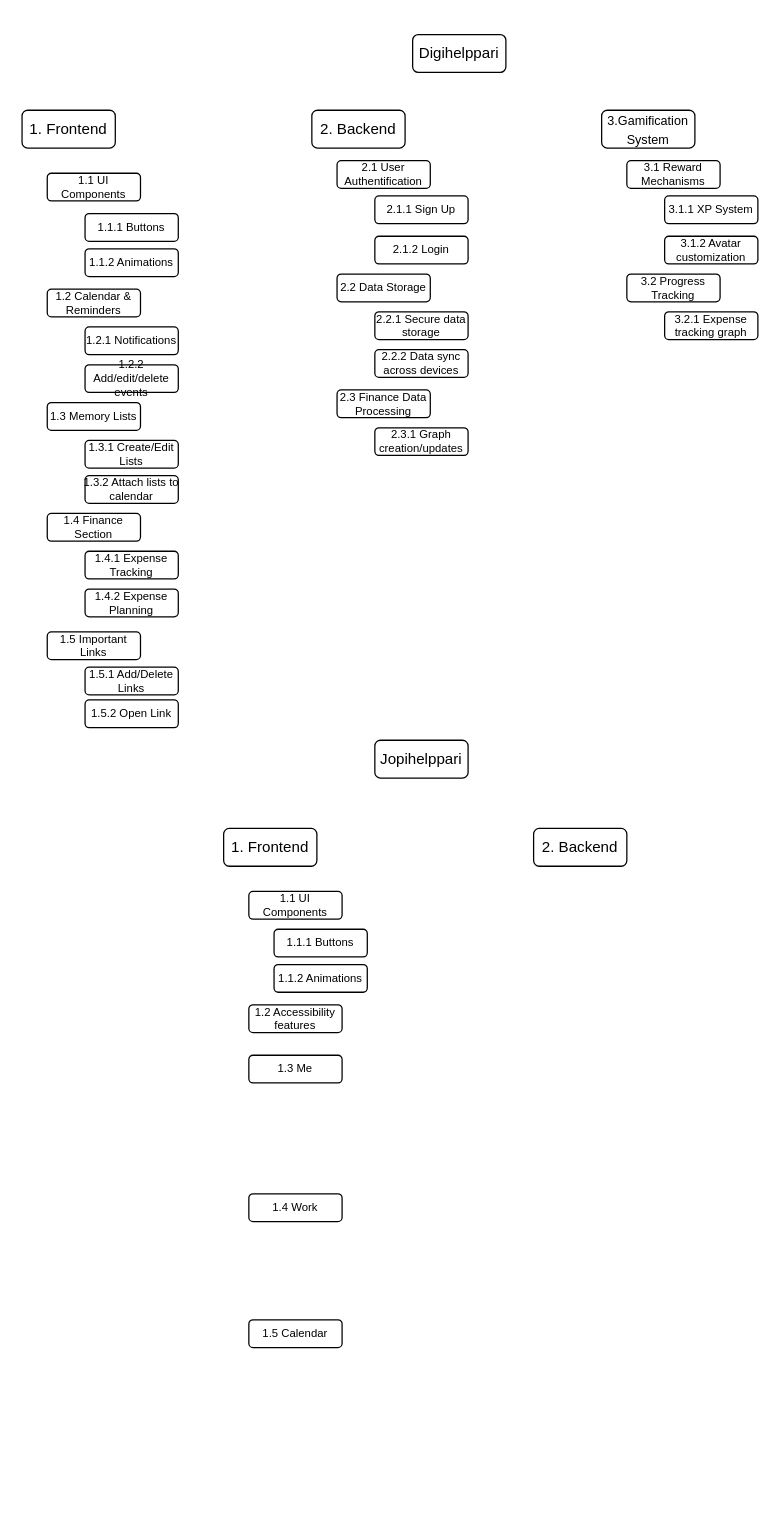
Above: PBS.drawio in HenryVag/draw.io (draw.io), before the change. Source tidied: cells renumbered, new cells numbered last; positions are measured from the earlier drawing's top-left corner, leaving out a move shared by most shapes. Both pictures are drawn from the tidied source at 126%, with x=0, y=0 at pixel (21, 34).
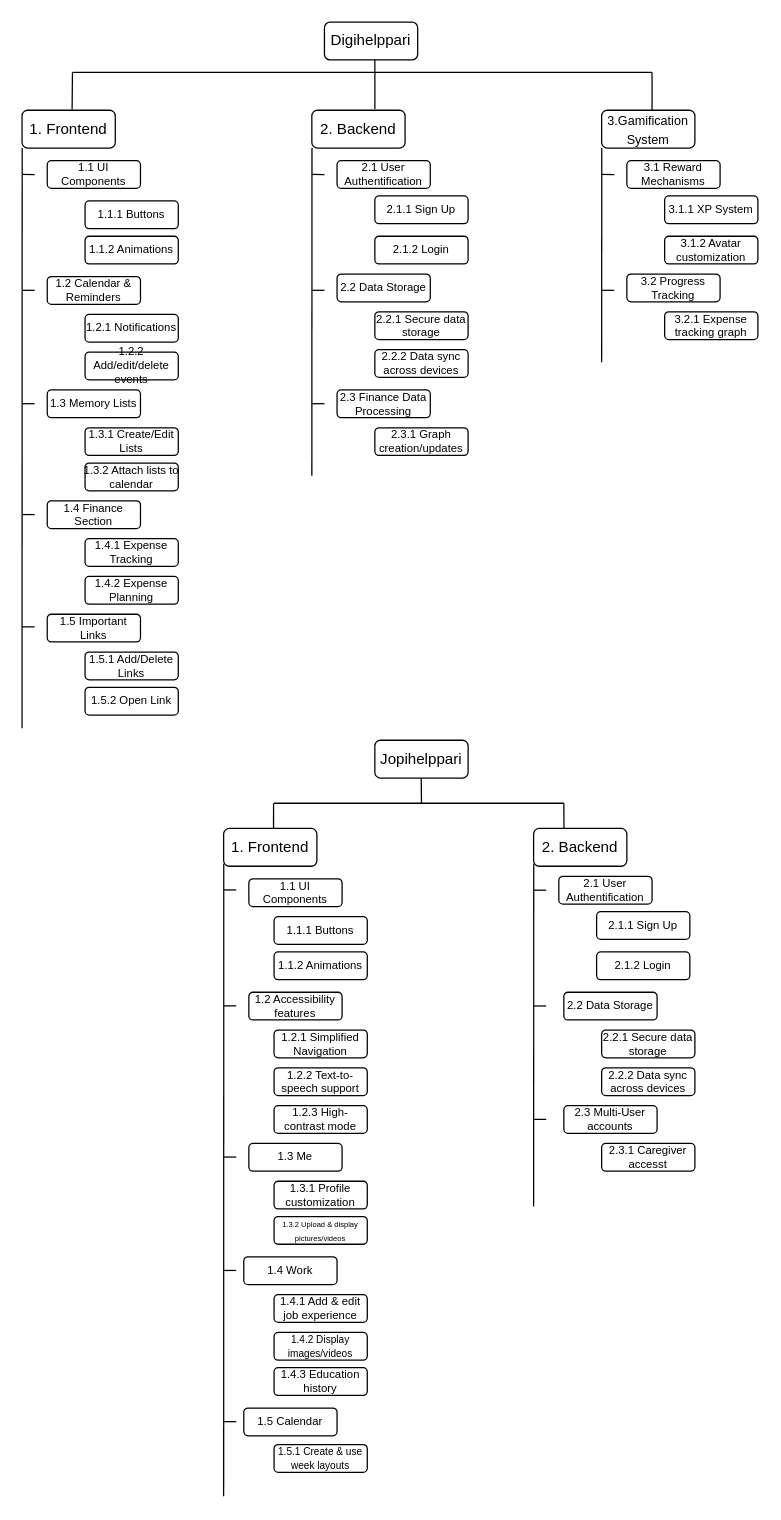
Above is the later version.

Unchanged cells that the change refers to:
```xml
<mxCell id="3" value="1. Frontend" style="rounded=1;whiteSpace=wrap;html=1;" parent="1" vertex="1">
  <mxGeometry y="60" width="74" height="30" as="geometry" />
</mxCell>
<mxCell id="4" value="2. Backend" style="rounded=1;whiteSpace=wrap;html=1;" parent="1" vertex="1">
  <mxGeometry x="230" y="60" width="74" height="30" as="geometry" />
</mxCell>
<mxCell id="35" value="1. Frontend" style="rounded=1;whiteSpace=wrap;html=1;" parent="1" vertex="1">
  <mxGeometry x="160" y="630" width="74" height="30" as="geometry" />
</mxCell>
```

Diff of the diagram source:
```diff
@@
     <mxCell id="2" value="Digihelppari" style="rounded=1;whiteSpace=wrap;html=1;" parent="1" vertex="1">
-      <mxGeometry x="310" width="74" height="30" as="geometry" />
+      <mxGeometry x="240" y="-10" width="74" height="30" as="geometry" />
     </mxCell>
@@
     <mxCell id="6" value="&lt;font&gt;1.1 UI Components&lt;/font&gt;" style="rounded=1;whiteSpace=wrap;html=1;fontSize=9;" parent="1" vertex="1">
-      <mxGeometry x="20" y="110" width="74" height="22" as="geometry" />
+      <mxGeometry x="20" y="100" width="74" height="22" as="geometry" />
     </mxCell>
     <mxCell id="7" value="&lt;font&gt;1.1.1 Buttons&lt;/font&gt;" style="rounded=1;whiteSpace=wrap;html=1;spacing=0;fontSize=9;" parent="1" vertex="1">
-      <mxGeometry x="50" y="142" width="74" height="22" as="geometry" />
+      <mxGeometry x="50" y="132" width="74" height="22" as="geometry" />
     </mxCell>
     <mxCell id="8" value="&lt;font&gt;1.1.2 Animations&lt;/font&gt;" style="rounded=1;whiteSpace=wrap;html=1;strokeWidth=1;spacing=0;fontSize=9;" parent="1" vertex="1">
-      <mxGeometry x="50" y="170" width="74" height="22" as="geometry" />
+      <mxGeometry x="50" y="160" width="74" height="22" as="geometry" />
     </mxCell>
     <mxCell id="9" value="&lt;font&gt;1.2 Calendar &amp;amp; Reminders&lt;font&gt;&lt;br&gt;&lt;/font&gt;&lt;/font&gt;" style="rounded=1;whiteSpace=wrap;html=1;spacing=0;fontSize=9;" parent="1" vertex="1">
-      <mxGeometry x="20" y="202" width="74" height="22" as="geometry" />
+      <mxGeometry x="20" y="192" width="74" height="22" as="geometry" />
     </mxCell>
     <mxCell id="10" value="&lt;font&gt;1.3 Memory Lists&lt;/font&gt;" style="rounded=1;whiteSpace=wrap;html=1;spacing=0;fontSize=9;" parent="1" vertex="1">
-      <mxGeometry x="20" y="292" width="74" height="22" as="geometry" />
+      <mxGeometry x="20" y="282" width="74" height="22" as="geometry" />
     </mxCell>
     <mxCell id="11" value="&lt;font&gt;1.4 Finance Section&lt;/font&gt;" style="rounded=1;whiteSpace=wrap;html=1;spacing=0;fontSize=9;" parent="1" vertex="1">
-      <mxGeometry x="20" y="380" width="74" height="22" as="geometry" />
+      <mxGeometry x="20" y="370" width="74" height="22" as="geometry" />
     </mxCell>
     <mxCell id="12" value="&lt;font&gt;1.5 Important Links&lt;/font&gt;" style="rounded=1;whiteSpace=wrap;html=1;spacing=0;fontSize=9;" parent="1" vertex="1">
-      <mxGeometry x="20" y="474" width="74" height="22" as="geometry" />
+      <mxGeometry x="20" y="460" width="74" height="22" as="geometry" />
     </mxCell>
@@
     <mxCell id="18" value="1.2.1 Notifications" style="rounded=1;whiteSpace=wrap;html=1;spacing=0;fontSize=9;" parent="1" vertex="1">
-      <mxGeometry x="50" y="232" width="74" height="22" as="geometry" />
+      <mxGeometry x="50" y="222" width="74" height="22" as="geometry" />
     </mxCell>
     <mxCell id="19" value="1.2.2 Add/edit/delete events" style="rounded=1;whiteSpace=wrap;html=1;spacing=0;fontSize=9;" parent="1" vertex="1">
-      <mxGeometry x="50" y="262" width="74" height="22" as="geometry" />
+      <mxGeometry x="50" y="252" width="74" height="22" as="geometry" />
     </mxCell>
     <mxCell id="20" value="1.3.1 Create/Edit Lists" style="rounded=1;whiteSpace=wrap;html=1;spacing=0;fontSize=9;" parent="1" vertex="1">
-      <mxGeometry x="50" y="322" width="74" height="22" as="geometry" />
+      <mxGeometry x="50" y="312" width="74" height="22" as="geometry" />
     </mxCell>
     <mxCell id="21" value="1.3.2 Attach lists to calendar" style="rounded=1;whiteSpace=wrap;html=1;spacing=0;fontSize=9;" parent="1" vertex="1">
-      <mxGeometry x="50" y="350" width="74" height="22" as="geometry" />
+      <mxGeometry x="50" y="340" width="74" height="22" as="geometry" />
     </mxCell>
     <mxCell id="22" value="1.4.1 Expense Tracking" style="rounded=1;whiteSpace=wrap;html=1;spacing=0;fontSize=9;" parent="1" vertex="1">
-      <mxGeometry x="50" y="410" width="74" height="22" as="geometry" />
+      <mxGeometry x="50" y="400" width="74" height="22" as="geometry" />
     </mxCell>
     <mxCell id="23" value="1.4.2 Expense Planning" style="rounded=1;whiteSpace=wrap;html=1;spacing=0;fontSize=9;" parent="1" vertex="1">
-      <mxGeometry x="50" y="440" width="74" height="22" as="geometry" />
+      <mxGeometry x="50" y="430" width="74" height="22" as="geometry" />
     </mxCell>
     <mxCell id="24" value="1.5.1 Add/Delete Links" style="rounded=1;whiteSpace=wrap;html=1;spacing=0;fontSize=9;" parent="1" vertex="1">
-      <mxGeometry x="50" y="502" width="74" height="22" as="geometry" />
+      <mxGeometry x="50" y="490" width="74" height="22" as="geometry" />
     </mxCell>
     <mxCell id="25" value="1.5.2 Open Link" style="rounded=1;whiteSpace=wrap;html=1;spacing=0;fontSize=9;" parent="1" vertex="1">
-      <mxGeometry x="50" y="528" width="74" height="22" as="geometry" />
+      <mxGeometry x="50" y="518" width="74" height="22" as="geometry" />
     </mxCell>
@@
     <mxCell id="37" value="&lt;font&gt;1.1 UI Components&lt;/font&gt;" style="rounded=1;whiteSpace=wrap;html=1;fontSize=9;" parent="1" vertex="1">
-      <mxGeometry x="180" y="680" width="74" height="22" as="geometry" />
+      <mxGeometry x="180" y="670" width="74" height="22" as="geometry" />
     </mxCell>
     <mxCell id="38" value="&lt;font&gt;1.2 Accessibility features&lt;br&gt;&lt;/font&gt;" style="rounded=1;whiteSpace=wrap;html=1;fontSize=9;" parent="1" vertex="1">
-      <mxGeometry x="180" y="770" width="74" height="22" as="geometry" />
+      <mxGeometry x="180" y="760" width="74" height="22" as="geometry" />
     </mxCell>
     <mxCell id="39" value="&lt;font&gt;1.1.1 Buttons&lt;/font&gt;" style="rounded=1;whiteSpace=wrap;html=1;spacing=0;fontSize=9;" parent="1" vertex="1">
-      <mxGeometry x="200" y="710" width="74" height="22" as="geometry" />
+      <mxGeometry x="200" y="700" width="74" height="22" as="geometry" />
     </mxCell>
     <mxCell id="40" value="&lt;font&gt;1.1.2 Animations&lt;/font&gt;" style="rounded=1;whiteSpace=wrap;html=1;strokeWidth=1;spacing=0;fontSize=9;" parent="1" vertex="1">
-      <mxGeometry x="200" y="738" width="74" height="22" as="geometry" />
+      <mxGeometry x="200" y="728" width="74" height="22" as="geometry" />
     </mxCell>
     <mxCell id="41" value="1.3 Me" style="rounded=1;whiteSpace=wrap;html=1;fontSize=9;" parent="1" vertex="1">
-      <mxGeometry x="180" y="810" width="74" height="22" as="geometry" />
+      <mxGeometry x="180" y="880" width="74" height="22" as="geometry" />
     </mxCell>
     <mxCell id="42" value="1.4 Work" style="rounded=1;whiteSpace=wrap;html=1;fontSize=9;" parent="1" vertex="1">
-      <mxGeometry x="180" y="920" width="74" height="22" as="geometry" />
+      <mxGeometry x="176" y="970" width="74" height="22" as="geometry" />
     </mxCell>
     <mxCell id="43" value="1.5 Calendar" style="rounded=1;whiteSpace=wrap;html=1;fontSize=9;" parent="1" vertex="1">
-      <mxGeometry x="180" y="1020" width="74" height="22" as="geometry" />
+      <mxGeometry x="176" y="1090" width="74" height="22" as="geometry" />
     </mxCell>
+    <mxCell id="44" value="1.2.1 Simplified Navigation" style="rounded=1;whiteSpace=wrap;html=1;fontSize=9;" parent="1" vertex="1">
+      <mxGeometry x="200" y="790" width="74" height="22" as="geometry" />
+    </mxCell>
+    <mxCell id="45" value="1.2.2 Text-to-speech support" style="rounded=1;whiteSpace=wrap;html=1;fontSize=9;" parent="1" vertex="1">
+      <mxGeometry x="200" y="820" width="74" height="22" as="geometry" />
+    </mxCell>
+    <mxCell id="46" value="1.2.3 High-contrast mode" style="rounded=1;whiteSpace=wrap;html=1;fontSize=9;" parent="1" vertex="1">
+      <mxGeometry x="200" y="850" width="74" height="22" as="geometry" />
+    </mxCell>
+    <mxCell id="47" value="1.3.1 Profile customization" style="rounded=1;whiteSpace=wrap;html=1;fontSize=9;" parent="1" vertex="1">
+      <mxGeometry x="200" y="910" width="74" height="22" as="geometry" />
+    </mxCell>
+    <mxCell id="48" value="&lt;font style=&quot;font-size: 6px;&quot;&gt;1.3.2 Upload &amp;amp; display pictures/videos&lt;/font&gt;" style="rounded=1;whiteSpace=wrap;html=1;fontSize=9;" parent="1" vertex="1">
+      <mxGeometry x="200" y="938" width="74" height="22" as="geometry" />
+    </mxCell>
+    <mxCell id="49" value="1.4.1 Add &amp;amp; edit job experience" style="rounded=1;whiteSpace=wrap;html=1;fontSize=9;" parent="1" vertex="1">
+      <mxGeometry x="200" y="1000" width="74" height="22" as="geometry" />
+    </mxCell>
+    <mxCell id="50" value="&lt;font style=&quot;font-size: 8px;&quot;&gt;1.4.2 Display images/videos&lt;/font&gt;" style="rounded=1;whiteSpace=wrap;html=1;fontSize=9;" parent="1" vertex="1">
+      <mxGeometry x="200" y="1030" width="74" height="22" as="geometry" />
+    </mxCell>
+    <mxCell id="51" value="1.4.3 Education history" style="rounded=1;whiteSpace=wrap;html=1;fontSize=9;" parent="1" vertex="1">
+      <mxGeometry x="200" y="1058" width="74" height="22" as="geometry" />
+    </mxCell>
+    <mxCell id="52" value="&lt;font style=&quot;font-size: 8px;&quot;&gt;1.5.1 Create &amp;amp; use week layouts&lt;/font&gt;" style="rounded=1;whiteSpace=wrap;html=1;fontSize=9;" parent="1" vertex="1">
+      <mxGeometry x="200" y="1119" width="74" height="22" as="geometry" />
+    </mxCell>
+    <mxCell id="53" style="endArrow=none;html=1;rounded=0;entryX=0.272;entryY=1.001;entryDx=0;entryDy=0;entryPerimeter=0;" parent="1" edge="1">
+      <mxGeometry relative="1" as="geometry">
+        <mxPoint y="550.5" as="sourcePoint" />
+        <mxPoint x="0.1" y="90" as="targetPoint" />
+      </mxGeometry>
+    </mxCell>
+    <mxCell id="54" style="endArrow=none;html=1;rounded=0;" parent="1" edge="1">
+      <mxGeometry relative="1" as="geometry">
+        <mxPoint x="40" y="30" as="sourcePoint" />
+        <mxPoint x="500" y="30" as="targetPoint" />
+      </mxGeometry>
+    </mxCell>
+    <mxCell id="55" style="endArrow=none;html=1;rounded=0;exitX=0.537;exitY=-0.019;exitDx=0;exitDy=0;exitPerimeter=0;" parent="1" edge="1" source="3">
+      <mxGeometry relative="1" as="geometry">
+        <mxPoint x="40" y="30" as="targetPoint" />
+      </mxGeometry>
+    </mxCell>
+    <mxCell id="56" style="endArrow=none;html=1;rounded=0;exitX=0.537;exitY=-0.019;exitDx=0;exitDy=0;exitPerimeter=0;" parent="1" edge="1">
+      <mxGeometry relative="1" as="geometry">
+        <mxPoint x="500" y="60" as="sourcePoint" />
+        <mxPoint x="500" y="30" as="targetPoint" />
+      </mxGeometry>
+    </mxCell>
+    <mxCell id="57" style="endArrow=none;html=1;rounded=0;" parent="1" edge="1">
+      <mxGeometry relative="1" as="geometry">
+        <mxPoint x="280" y="30" as="sourcePoint" />
+        <mxPoint x="280" y="20" as="targetPoint" />
+      </mxGeometry>
+    </mxCell>
+    <mxCell id="58" style="endArrow=none;html=1;rounded=0;exitX=0;exitY=0.455;exitDx=0;exitDy=0;exitPerimeter=0;" parent="1" edge="1">
+      <mxGeometry relative="1" as="geometry">
+        <mxPoint x="10" y="111" as="sourcePoint" />
+        <mxPoint y="110.9" as="targetPoint" />
+        <Array as="points">
+          <mxPoint y="110.9" />
+        </Array>
+      </mxGeometry>
+    </mxCell>
+    <mxCell id="59" style="endArrow=none;html=1;rounded=0;exitX=0;exitY=0.455;exitDx=0;exitDy=0;exitPerimeter=0;" parent="1" edge="1">
+      <mxGeometry relative="1" as="geometry">
+        <mxPoint x="10" y="202.9" as="sourcePoint" />
+        <mxPoint y="202.9" as="targetPoint" />
+        <Array as="points">
+          <mxPoint y="202.9" />
+        </Array>
+      </mxGeometry>
+    </mxCell>
+    <mxCell id="60" style="endArrow=none;html=1;rounded=0;exitX=0;exitY=0.455;exitDx=0;exitDy=0;exitPerimeter=0;" parent="1" edge="1">
+      <mxGeometry relative="1" as="geometry">
+        <mxPoint x="10" y="292.9" as="sourcePoint" />
+        <mxPoint y="292.9" as="targetPoint" />
+        <Array as="points">
+          <mxPoint y="292.9" />
+        </Array>
+      </mxGeometry>
+    </mxCell>
+    <mxCell id="61" style="endArrow=none;html=1;rounded=0;exitX=0;exitY=0.455;exitDx=0;exitDy=0;exitPerimeter=0;" parent="1" edge="1">
+      <mxGeometry relative="1" as="geometry">
+        <mxPoint x="10" y="380.9" as="sourcePoint" />
+        <mxPoint y="380.9" as="targetPoint" />
+        <Array as="points">
+          <mxPoint y="380.9" />
+        </Array>
+      </mxGeometry>
+    </mxCell>
+    <mxCell id="62" style="endArrow=none;html=1;rounded=0;exitX=0;exitY=0.455;exitDx=0;exitDy=0;exitPerimeter=0;" parent="1" edge="1">
+      <mxGeometry relative="1" as="geometry">
+        <mxPoint x="10" y="470" as="sourcePoint" />
+        <mxPoint y="470" as="targetPoint" />
+        <Array as="points">
+          <mxPoint y="470" />
+        </Array>
+      </mxGeometry>
+    </mxCell>
+    <mxCell id="63" style="endArrow=none;html=1;rounded=0;entryX=0.272;entryY=1.001;entryDx=0;entryDy=0;entryPerimeter=0;" parent="1" edge="1">
+      <mxGeometry relative="1" as="geometry">
+        <mxPoint x="230" y="350" as="sourcePoint" />
+        <mxPoint x="230.1" y="90" as="targetPoint" />
+      </mxGeometry>
+    </mxCell>
+    <mxCell id="64" style="endArrow=none;html=1;rounded=0;exitX=0;exitY=0.455;exitDx=0;exitDy=0;exitPerimeter=0;" parent="1" edge="1">
+      <mxGeometry relative="1" as="geometry">
+        <mxPoint x="240" y="111" as="sourcePoint" />
+        <mxPoint x="230" y="110.9" as="targetPoint" />
+        <Array as="points">
+          <mxPoint x="230" y="110.9" />
+        </Array>
+      </mxGeometry>
+    </mxCell>
+    <mxCell id="65" style="endArrow=none;html=1;rounded=0;exitX=0;exitY=0.455;exitDx=0;exitDy=0;exitPerimeter=0;" parent="1" edge="1">
+      <mxGeometry relative="1" as="geometry">
+        <mxPoint x="240" y="202.9" as="sourcePoint" />
+        <mxPoint x="230" y="202.9" as="targetPoint" />
+        <Array as="points">
+          <mxPoint x="230" y="202.9" />
+        </Array>
+      </mxGeometry>
+    </mxCell>
+    <mxCell id="66" style="endArrow=none;html=1;rounded=0;exitX=0;exitY=0.455;exitDx=0;exitDy=0;exitPerimeter=0;" parent="1" edge="1">
+      <mxGeometry relative="1" as="geometry">
+        <mxPoint x="240" y="292.9" as="sourcePoint" />
+        <mxPoint x="230" y="292.9" as="targetPoint" />
+        <Array as="points">
+          <mxPoint x="230" y="292.9" />
+        </Array>
+      </mxGeometry>
+    </mxCell>
+    <mxCell id="67" style="endArrow=none;html=1;rounded=0;entryX=0.272;entryY=1.001;entryDx=0;entryDy=0;entryPerimeter=0;" parent="1" edge="1">
+      <mxGeometry relative="1" as="geometry">
+        <mxPoint x="460" y="260" as="sourcePoint" />
+        <mxPoint x="460.1" y="90" as="targetPoint" />
+      </mxGeometry>
+    </mxCell>
+    <mxCell id="68" style="endArrow=none;html=1;rounded=0;exitX=0;exitY=0.455;exitDx=0;exitDy=0;exitPerimeter=0;" parent="1" edge="1">
+      <mxGeometry relative="1" as="geometry">
+        <mxPoint x="470" y="111" as="sourcePoint" />
+        <mxPoint x="460" y="110.9" as="targetPoint" />
+        <Array as="points">
+          <mxPoint x="460" y="110.9" />
+        </Array>
+      </mxGeometry>
+    </mxCell>
+    <mxCell id="69" style="endArrow=none;html=1;rounded=0;exitX=0;exitY=0.455;exitDx=0;exitDy=0;exitPerimeter=0;" parent="1" edge="1">
+      <mxGeometry relative="1" as="geometry">
+        <mxPoint x="470" y="202.9" as="sourcePoint" />
+        <mxPoint x="460" y="202.9" as="targetPoint" />
+        <Array as="points">
+          <mxPoint x="460" y="202.9" />
+        </Array>
+      </mxGeometry>
+    </mxCell>
+    <mxCell id="70" style="endArrow=none;html=1;rounded=0;exitX=0.676;exitY=-0.034;exitDx=0;exitDy=0;exitPerimeter=0;" parent="1" edge="1" source="4">
+      <mxGeometry relative="1" as="geometry">
+        <mxPoint x="280" y="30" as="targetPoint" />
+      </mxGeometry>
+    </mxCell>
+    <mxCell id="71" value="&lt;font&gt;2.1 User Authentification&lt;/font&gt;" style="rounded=1;whiteSpace=wrap;html=1;spacing=0;fontSize=9;" parent="1" vertex="1">
+      <mxGeometry x="426" y="668" width="74" height="22" as="geometry" />
+    </mxCell>
+    <mxCell id="72" value="2.1.1 Sign Up" style="rounded=1;whiteSpace=wrap;html=1;spacing=0;fontSize=9;" parent="1" vertex="1">
+      <mxGeometry x="456" y="696" width="74" height="22" as="geometry" />
+    </mxCell>
+    <mxCell id="73" value="2.1.2 Login" style="rounded=1;whiteSpace=wrap;html=1;spacing=0;fontSize=9;" parent="1" vertex="1">
+      <mxGeometry x="456" y="728" width="74" height="22" as="geometry" />
+    </mxCell>
+    <mxCell id="74" style="endArrow=none;html=1;rounded=0;exitX=0;exitY=0.455;exitDx=0;exitDy=0;exitPerimeter=0;" parent="1" edge="1">
+      <mxGeometry relative="1" as="geometry">
+        <mxPoint x="416" y="679" as="sourcePoint" />
+        <mxPoint x="406" y="679" as="targetPoint" />
+        <Array as="points">
+          <mxPoint x="406" y="679" />
+        </Array>
+      </mxGeometry>
+    </mxCell>
+    <mxCell id="75" value="&lt;font&gt;2.2 Data Storage&lt;/font&gt;" style="rounded=1;whiteSpace=wrap;html=1;spacing=0;fontSize=9;" parent="1" vertex="1">
+      <mxGeometry x="430" y="760" width="74" height="22" as="geometry" />
+    </mxCell>
+    <mxCell id="76" value="&lt;font&gt;2.2.1 Secure data storage&lt;/font&gt;" style="rounded=1;whiteSpace=wrap;html=1;spacing=0;fontSize=9;" parent="1" vertex="1">
+      <mxGeometry x="460" y="790" width="74" height="22" as="geometry" />
+    </mxCell>
+    <mxCell id="77" value="2.2.2 Data sync across devices" style="rounded=1;whiteSpace=wrap;html=1;spacing=0;fontSize=9;" parent="1" vertex="1">
+      <mxGeometry x="460" y="820" width="74" height="22" as="geometry" />
+    </mxCell>
+    <mxCell id="78" value="2.3 Multi-User accounts" style="rounded=1;whiteSpace=wrap;html=1;spacing=0;fontSize=9;" parent="1" vertex="1">
+      <mxGeometry x="430" y="850" width="74" height="22" as="geometry" />
+    </mxCell>
+    <mxCell id="79" value="2.3.1 Caregiver accesst" style="rounded=1;whiteSpace=wrap;html=1;spacing=0;fontSize=9;" parent="1" vertex="1">
+      <mxGeometry x="460" y="880" width="74" height="22" as="geometry" />
+    </mxCell>
+    <mxCell id="80" style="endArrow=none;html=1;rounded=0;entryX=0.272;entryY=1.001;entryDx=0;entryDy=0;entryPerimeter=0;" parent="1" edge="1">
+      <mxGeometry relative="1" as="geometry">
+        <mxPoint x="160" y="1160" as="sourcePoint" />
+        <mxPoint x="160.1" y="658" as="targetPoint" />
+      </mxGeometry>
+    </mxCell>
+    <mxCell id="81" style="endArrow=none;html=1;rounded=0;entryX=0.272;entryY=1.001;entryDx=0;entryDy=0;entryPerimeter=0;" parent="1" edge="1">
+      <mxGeometry relative="1" as="geometry">
+        <mxPoint x="406" y="930" as="sourcePoint" />
+        <mxPoint x="406.1" y="658" as="targetPoint" />
+      </mxGeometry>
+    </mxCell>
+    <mxCell id="82" style="endArrow=none;html=1;rounded=0;exitX=0;exitY=0.455;exitDx=0;exitDy=0;exitPerimeter=0;" parent="1" edge="1">
+      <mxGeometry relative="1" as="geometry">
+        <mxPoint x="416" y="860.9" as="sourcePoint" />
+        <mxPoint x="406" y="860.9" as="targetPoint" />
+        <Array as="points">
+          <mxPoint x="406" y="860.9" />
+        </Array>
+      </mxGeometry>
+    </mxCell>
+    <mxCell id="83" style="endArrow=none;html=1;rounded=0;exitX=0;exitY=0.455;exitDx=0;exitDy=0;exitPerimeter=0;" parent="1" edge="1">
+      <mxGeometry relative="1" as="geometry">
+        <mxPoint x="416" y="770.9" as="sourcePoint" />
+        <mxPoint x="406" y="770.9" as="targetPoint" />
+        <Array as="points">
+          <mxPoint x="406" y="770.9" />
+        </Array>
+      </mxGeometry>
+    </mxCell>
+    <mxCell id="84" style="endArrow=none;html=1;rounded=0;exitX=0;exitY=0.455;exitDx=0;exitDy=0;exitPerimeter=0;" parent="1" edge="1">
+      <mxGeometry relative="1" as="geometry">
+        <mxPoint x="170" y="678.8" as="sourcePoint" />
+        <mxPoint x="160" y="678.8" as="targetPoint" />
+        <Array as="points">
+          <mxPoint x="160" y="678.8" />
+        </Array>
+      </mxGeometry>
+    </mxCell>
+    <mxCell id="85" style="endArrow=none;html=1;rounded=0;exitX=0;exitY=0.455;exitDx=0;exitDy=0;exitPerimeter=0;" parent="1" edge="1">
+      <mxGeometry relative="1" as="geometry">
+        <mxPoint x="170" y="770.8" as="sourcePoint" />
+        <mxPoint x="160" y="770.8" as="targetPoint" />
+        <Array as="points">
+          <mxPoint x="160" y="770.8" />
+        </Array>
+      </mxGeometry>
+    </mxCell>
+    <mxCell id="86" style="endArrow=none;html=1;rounded=0;exitX=0;exitY=0.455;exitDx=0;exitDy=0;exitPerimeter=0;" parent="1" edge="1">
+      <mxGeometry relative="1" as="geometry">
+        <mxPoint x="170" y="890.8" as="sourcePoint" />
+        <mxPoint x="160" y="890.8" as="targetPoint" />
+        <Array as="points">
+          <mxPoint x="160" y="890.8" />
+        </Array>
+      </mxGeometry>
+    </mxCell>
+    <mxCell id="87" style="endArrow=none;html=1;rounded=0;exitX=0;exitY=0.455;exitDx=0;exitDy=0;exitPerimeter=0;" parent="1" edge="1">
+      <mxGeometry relative="1" as="geometry">
+        <mxPoint x="170" y="1100.8" as="sourcePoint" />
+        <mxPoint x="160" y="1100.8" as="targetPoint" />
+        <Array as="points">
+          <mxPoint x="160" y="1100.8" />
+        </Array>
+      </mxGeometry>
+    </mxCell>
+    <mxCell id="88" style="endArrow=none;html=1;rounded=0;exitX=0;exitY=0.455;exitDx=0;exitDy=0;exitPerimeter=0;" parent="1" edge="1">
+      <mxGeometry relative="1" as="geometry">
+        <mxPoint x="170" y="980.8" as="sourcePoint" />
+        <mxPoint x="160" y="980.8" as="targetPoint" />
+        <Array as="points">
+          <mxPoint x="160" y="980.8" />
+        </Array>
+      </mxGeometry>
+    </mxCell>
+    <mxCell id="89" style="endArrow=none;html=1;rounded=0;" parent="1" edge="1">
+      <mxGeometry relative="1" as="geometry">
+        <mxPoint x="200" y="610" as="sourcePoint" />
+        <mxPoint x="430" y="610" as="targetPoint" />
+      </mxGeometry>
+    </mxCell>
+    <mxCell id="90" style="endArrow=none;html=1;rounded=0;" parent="1" edge="1">
+      <mxGeometry relative="1" as="geometry">
+        <mxPoint x="317" y="610" as="sourcePoint" />
+        <mxPoint x="316.8" y="590" as="targetPoint" />
+      </mxGeometry>
+    </mxCell>
+    <mxCell id="91" style="endArrow=none;html=1;rounded=0;exitX=0.535;exitY=0.008;exitDx=0;exitDy=0;exitPerimeter=0;" parent="1" edge="1" source="35">
+      <mxGeometry relative="1" as="geometry">
+        <mxPoint x="199.6" y="610" as="targetPoint" />
+      </mxGeometry>
+    </mxCell>
+    <mxCell id="92" style="endArrow=none;html=1;rounded=0;exitX=0.5;exitY=0;exitDx=0;exitDy=0;" parent="1" edge="1">
+      <mxGeometry relative="1" as="geometry">
+        <mxPoint x="430.1" y="630" as="sourcePoint" />
+        <mxPoint x="430" y="610" as="targetPoint" />
+      </mxGeometry>
+    </mxCell>
```
